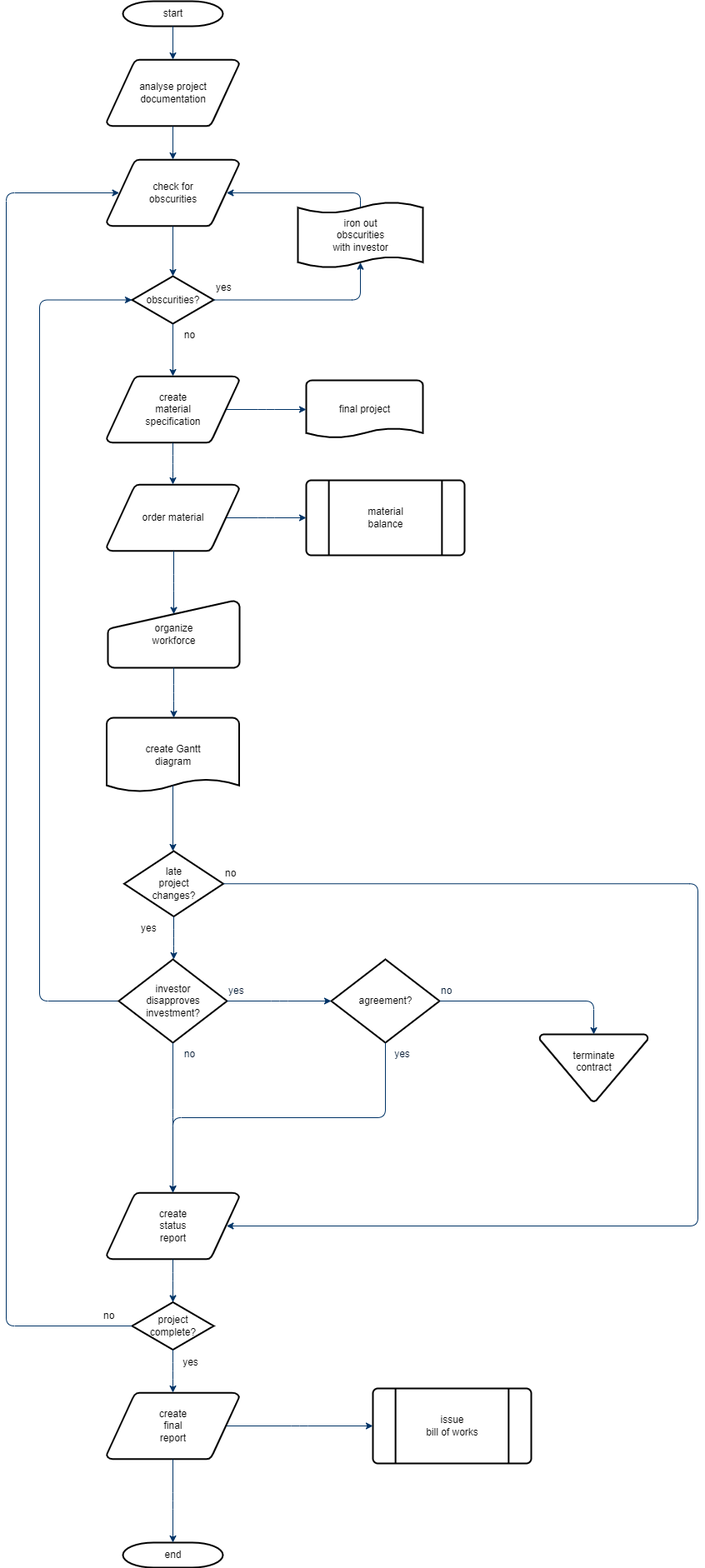
usseez/distortion_correction keeps this draw.io diagram as distortion_correction.drawio.png. Above is the earlier version. Source tidied: cells renumbered, new cells last; positions are measured from the earlier drawing's top-left corner, leaving out a move shared by most shapes.
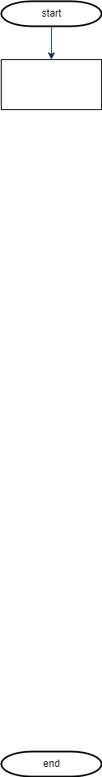
After the change.

Diff of the diagram source:
```diff
@@ -5,188 +5,16 @@
     <mxCell id="2" value="start" style="shape=mxgraph.flowchart.terminator;strokeWidth=2;gradientColor=none;gradientDirection=north;fontStyle=0;html=1;" parent="1" vertex="1">
       <mxGeometry x="140" width="120" height="30" as="geometry" />
     </mxCell>
-    <mxCell id="3" value="analyse project&#10; documentation" style="shape=mxgraph.flowchart.data;strokeWidth=2;gradientColor=none;gradientDirection=north;fontStyle=0;html=1;" parent="1" vertex="1">
-      <mxGeometry x="120.5" y="70" width="159" height="80" as="geometry" />
-    </mxCell>
-    <mxCell id="4" value="create&#10;material&#10;specification" style="shape=mxgraph.flowchart.data;strokeWidth=2;gradientColor=none;gradientDirection=north;fontStyle=0;html=1;" parent="1" vertex="1">
-      <mxGeometry x="120.5" y="450" width="159" height="80" as="geometry" />
-    </mxCell>
-    <mxCell id="5" value="check for&#10;obscurities" style="shape=mxgraph.flowchart.data;strokeWidth=2;gradientColor=none;gradientDirection=north;fontStyle=0;html=1;" parent="1" vertex="1">
-      <mxGeometry x="120.5" y="190" width="159" height="80" as="geometry" />
-    </mxCell>
-    <mxCell id="6" value="obscurities?" style="shape=mxgraph.flowchart.decision;strokeWidth=2;gradientColor=none;gradientDirection=north;fontStyle=0;html=1;" parent="1" vertex="1">
-      <mxGeometry x="151" y="330" width="98" height="57" as="geometry" />
-    </mxCell>
-    <mxCell id="7" style="fontStyle=1;strokeColor=#003366;strokeWidth=1;html=1;" parent="1" edge="1" source="2" target="3">
-      <mxGeometry relative="1" as="geometry" />
+    <mxCell id="7" style="fontStyle=1;strokeColor=#003366;strokeWidth=1;html=1;" parent="1" edge="1" source="2">
+      <mxGeometry relative="1" as="geometry">
+        <mxPoint x="200" y="70" as="targetPoint" />
+      </mxGeometry>
     </mxCell>
-    <mxCell id="8" style="fontStyle=1;strokeColor=#003366;strokeWidth=1;html=1;" parent="1" edge="1" source="3" target="5">
-      <mxGeometry relative="1" as="geometry" />
-    </mxCell>
-    <mxCell id="9" style="entryX=0.5;entryY=0;entryPerimeter=0;fontStyle=1;strokeColor=#003366;strokeWidth=1;html=1;" parent="1" edge="1" source="5" target="6">
-      <mxGeometry relative="1" as="geometry" />
-    </mxCell>
-    <mxCell id="10" style="edgeStyle=elbowEdgeStyle;elbow=horizontal;entryX=0.5;entryY=0.91;entryPerimeter=0;exitX=1;exitY=0.5;exitPerimeter=0;fontStyle=1;strokeColor=#003366;strokeWidth=1;html=1;" parent="1" edge="1" source="6" target="51">
-      <mxGeometry x="381" y="28.5" as="geometry">
-        <Array as="points">
-          <mxPoint x="425" y="340" />
-        </Array>
-      </mxGeometry>
-    </mxCell>
-    <mxCell id="11" value="yes" style="text;fontStyle=0;html=1;strokeColor=none;gradientColor=none;fillColor=none;strokeWidth=2;" parent="1" vertex="1">
-      <mxGeometry x="250" y="330" width="40" height="26" as="geometry" />
-    </mxCell>
-    <mxCell id="12" style="edgeStyle=elbowEdgeStyle;elbow=horizontal;fontColor=#001933;fontStyle=1;strokeColor=#003366;strokeWidth=1;html=1;" parent="1" edge="1" source="6" target="4">
-      <mxGeometry as="geometry" />
-    </mxCell>
-    <mxCell id="13" value="order material" style="shape=mxgraph.flowchart.data;strokeWidth=2;gradientColor=none;gradientDirection=north;fontStyle=0;html=1;" parent="1" vertex="1">
-      <mxGeometry x="120.5" y="580" width="159" height="80" as="geometry" />
-    </mxCell>
-    <mxCell id="14" value="no" style="text;fontStyle=0;html=1;strokeColor=none;gradientColor=none;fillColor=none;strokeWidth=2;align=center;" parent="1" vertex="1">
-      <mxGeometry x="200" y="387" width="40" height="26" as="geometry" />
-    </mxCell>
-    <mxCell id="15" value="final project" style="shape=mxgraph.flowchart.document;strokeWidth=2;gradientColor=none;gradientDirection=north;fontStyle=0;html=1;" parent="1" vertex="1">
-      <mxGeometry x="360" y="455" width="140" height="70" as="geometry" />
-    </mxCell>
-    <mxCell id="16" style="edgeStyle=elbowEdgeStyle;elbow=horizontal;exitX=0.905;exitY=0.5;exitPerimeter=0;fontStyle=1;strokeColor=#003366;strokeWidth=1;html=1;" parent="1" edge="1" source="4" target="15">
-      <mxGeometry as="geometry" />
-    </mxCell>
-    <mxCell id="17" style="edgeStyle=elbowEdgeStyle;elbow=horizontal;fontStyle=1;strokeColor=#003366;strokeWidth=1;html=1;" parent="1" edge="1" source="4" target="13">
-      <mxGeometry as="geometry" />
-    </mxCell>
-    <mxCell id="18" value="material&#10;balance" style="shape=mxgraph.flowchart.predefined_process;strokeWidth=2;gradientColor=none;gradientDirection=north;fontStyle=0;html=1;" parent="1" vertex="1">
-      <mxGeometry x="360" y="575" width="190" height="90" as="geometry" />
-    </mxCell>
-    <mxCell id="19" style="edgeStyle=elbowEdgeStyle;elbow=horizontal;exitX=0.905;exitY=0.5;exitPerimeter=0;fontStyle=1;strokeColor=#003366;strokeWidth=1;html=1;" parent="1" edge="1" source="13" target="18">
-      <mxGeometry as="geometry" />
-    </mxCell>
-    <mxCell id="20" value="organize &#10;workforce" style="shape=mxgraph.flowchart.manual_input;strokeWidth=2;gradientColor=none;gradientDirection=north;fontStyle=0;html=1;" parent="1" vertex="1">
-      <mxGeometry x="122" y="720" width="158" height="80" as="geometry" />
-    </mxCell>
-    <mxCell id="21" style="edgeStyle=elbowEdgeStyle;elbow=horizontal;entryX=0.5;entryY=0.195;entryPerimeter=0;fontStyle=1;strokeColor=#003366;strokeWidth=1;html=1;" parent="1" edge="1" source="13" target="20">
-      <mxGeometry as="geometry" />
-    </mxCell>
-    <mxCell id="22" value="create Gantt&#10;diagram" style="shape=mxgraph.flowchart.document;strokeWidth=2;gradientColor=none;gradientDirection=north;fontStyle=0;html=1;" parent="1" vertex="1">
-      <mxGeometry x="120.5" y="860" width="159" height="90" as="geometry" />
-    </mxCell>
-    <mxCell id="23" style="edgeStyle=elbowEdgeStyle;elbow=horizontal;exitX=0.5;exitY=1;exitPerimeter=0;fontStyle=1;strokeColor=#003366;strokeWidth=1;html=1;" parent="1" edge="1" source="20" target="22">
-      <mxGeometry as="geometry" />
-    </mxCell>
-    <mxCell id="24" value="late&#10;project&#10;changes?" style="shape=mxgraph.flowchart.decision;strokeWidth=2;gradientColor=none;gradientDirection=north;fontStyle=0;html=1;" parent="1" vertex="1">
-      <mxGeometry x="141.5" y="1020" width="119" height="78.5" as="geometry" />
-    </mxCell>
-    <mxCell id="25" style="edgeStyle=elbowEdgeStyle;elbow=horizontal;exitX=0.5;exitY=0.9;exitPerimeter=0;fontStyle=1;strokeColor=#003366;strokeWidth=1;html=1;" parent="1" edge="1" source="22" target="24">
-      <mxGeometry as="geometry" />
-    </mxCell>
-    <mxCell id="26" style="edgeStyle=elbowEdgeStyle;elbow=horizontal;exitX=0;exitY=0.5;exitPerimeter=0;entryX=0;entryY=0.5;entryPerimeter=0;fontStyle=1;strokeColor=#003366;strokeWidth=1;html=1;" parent="1" edge="1" source="28" target="6">
-      <mxGeometry as="geometry">
-        <Array as="points">
-          <mxPoint x="40" y="790" />
-        </Array>
-      </mxGeometry>
-    </mxCell>
-    <mxCell id="27" value="yes" style="text;fontStyle=0;html=1;strokeColor=none;gradientColor=none;fillColor=none;strokeWidth=2;" parent="1" vertex="1">
-      <mxGeometry x="160" y="1098.5" width="40" height="26" as="geometry" />
-    </mxCell>
-    <mxCell id="28" value="investor&#10;disapproves&#10; investment?" style="shape=mxgraph.flowchart.decision;strokeWidth=2;gradientColor=none;gradientDirection=north;fontStyle=0;html=1;" parent="1" vertex="1">
-      <mxGeometry x="135" y="1150" width="130" height="100" as="geometry" />
-    </mxCell>
-    <mxCell id="29" value="agreement?" style="shape=mxgraph.flowchart.decision;strokeWidth=2;gradientColor=none;gradientDirection=north;fontStyle=0;html=1;" parent="1" vertex="1">
-      <mxGeometry x="390" y="1150" width="130" height="100" as="geometry" />
-    </mxCell>
-    <mxCell id="30" style="edgeStyle=elbowEdgeStyle;elbow=horizontal;exitX=0.5;exitY=1;exitPerimeter=0;fontStyle=1;strokeColor=#003366;strokeWidth=1;html=1;" parent="1" edge="1" source="24" target="28">
-      <mxGeometry as="geometry" />
-    </mxCell>
-    <mxCell id="31" style="edgeStyle=elbowEdgeStyle;elbow=horizontal;exitX=1;exitY=0.5;exitPerimeter=0;entryX=0;entryY=0.5;entryPerimeter=0;fontStyle=1;strokeColor=#003366;strokeWidth=1;html=1;" parent="1" edge="1" source="28" target="29">
-      <mxGeometry as="geometry" />
-    </mxCell>
-    <mxCell id="32" value="terminate&#10;contract&#10;" style="shape=mxgraph.flowchart.merge_or_storage;strokeWidth=2;gradientColor=none;gradientDirection=north;fontStyle=0;html=1;" parent="1" vertex="1">
-      <mxGeometry x="640" y="1240" width="130" height="80.5" as="geometry" />
-    </mxCell>
-    <mxCell id="33" style="edgeStyle=elbowEdgeStyle;elbow=vertical;exitX=1;exitY=0.5;exitPerimeter=0;entryX=0.5;entryY=0;entryPerimeter=0;fontStyle=1;strokeColor=#003366;strokeWidth=1;html=1;" parent="1" edge="1" source="29" target="32">
-      <mxGeometry as="geometry">
-        <Array as="points">
-          <mxPoint x="620" y="1200" />
-        </Array>
-      </mxGeometry>
-    </mxCell>
-    <mxCell id="34" value="create&#10;status&#10;report" style="shape=mxgraph.flowchart.data;strokeWidth=2;gradientColor=none;gradientDirection=north;fontStyle=0;html=1;" parent="1" vertex="1">
-      <mxGeometry x="120.5" y="1430" width="159" height="80" as="geometry" />
-    </mxCell>
-    <mxCell id="35" style="edgeStyle=elbowEdgeStyle;elbow=vertical;exitX=0.5;exitY=1;exitPerimeter=0;fontColor=#001933;fontStyle=1;strokeColor=#003366;strokeWidth=1;html=1;" parent="1" edge="1" source="28" target="34">
-      <mxGeometry as="geometry" />
-    </mxCell>
-    <mxCell id="36" style="edgeStyle=elbowEdgeStyle;elbow=vertical;exitX=0.5;exitY=1;exitPerimeter=0;entryX=0.5;entryY=0;entryPerimeter=0;fontStyle=1;strokeColor=#003366;strokeWidth=1;html=1;" parent="1" edge="1" source="29" target="34">
-      <mxGeometry as="geometry" />
-    </mxCell>
-    <mxCell id="37" value="project&#10;complete?" style="shape=mxgraph.flowchart.decision;strokeWidth=2;gradientColor=none;gradientDirection=north;fontStyle=0;html=1;" parent="1" vertex="1">
-      <mxGeometry x="151" y="1561.5" width="98" height="57" as="geometry" />
-    </mxCell>
-    <mxCell id="38" value="create&#10;final&#10;report" style="shape=mxgraph.flowchart.data;strokeWidth=2;gradientColor=none;gradientDirection=north;fontStyle=0;html=1;" parent="1" vertex="1">
-      <mxGeometry x="120.5" y="1670" width="159" height="80" as="geometry" />
-    </mxCell>
-    <mxCell id="39" value="issue&#10;bill of works" style="shape=mxgraph.flowchart.predefined_process;strokeWidth=2;gradientColor=none;gradientDirection=north;fontStyle=0;html=1;" parent="1" vertex="1">
-      <mxGeometry x="440" y="1665" width="190" height="90" as="geometry" />
-    </mxCell>
     <mxCell id="40" value="end" style="shape=mxgraph.flowchart.terminator;strokeWidth=2;gradientColor=none;gradientDirection=north;fontStyle=0;html=1;" parent="1" vertex="1">
-      <mxGeometry x="140" y="1850" width="120" height="30" as="geometry" />
+      <mxGeometry x="140" y="900" width="120" height="30" as="geometry" />
     </mxCell>
-    <mxCell id="41" style="edgeStyle=elbowEdgeStyle;elbow=vertical;exitX=0.5;exitY=1;exitPerimeter=0;entryX=0.5;entryY=0;entryPerimeter=0;fontStyle=1;strokeColor=#003366;strokeWidth=1;html=1;" parent="1" edge="1" source="34" target="37">
-      <mxGeometry as="geometry" />
-    </mxCell>
-    <mxCell id="42" style="edgeStyle=elbowEdgeStyle;elbow=vertical;exitX=0.5;exitY=1;exitPerimeter=0;entryX=0.5;entryY=0;entryPerimeter=0;fontStyle=1;strokeColor=#003366;strokeWidth=1;html=1;" parent="1" edge="1" source="37" target="38">
-      <mxGeometry as="geometry" />
-    </mxCell>
-    <mxCell id="43" style="edgeStyle=elbowEdgeStyle;elbow=vertical;exitX=0.5;exitY=1;exitPerimeter=0;entryX=0.5;entryY=0;entryPerimeter=0;fontStyle=1;strokeColor=#003366;strokeWidth=1;html=1;" parent="1" edge="1" source="38" target="40">
-      <mxGeometry as="geometry" />
-    </mxCell>
-    <mxCell id="44" style="edgeStyle=elbowEdgeStyle;elbow=vertical;exitX=0.905;exitY=0.5;exitPerimeter=0;entryX=0;entryY=0.5;entryPerimeter=0;fontStyle=1;strokeColor=#003366;strokeWidth=1;html=1;" parent="1" edge="1" source="38" target="39">
-      <mxGeometry as="geometry" />
-    </mxCell>
-    <mxCell id="45" style="edgeStyle=elbowEdgeStyle;elbow=horizontal;exitX=1;exitY=0.5;exitPerimeter=0;entryX=0.905;entryY=0.5;entryPerimeter=0;fontStyle=1;strokeColor=#003366;strokeWidth=1;html=1;" parent="1" edge="1" source="24" target="34">
-      <mxGeometry as="geometry">
-        <Array as="points">
-          <mxPoint x="830" y="1260" />
-        </Array>
-      </mxGeometry>
-    </mxCell>
-    <mxCell id="46" value="no" style="text;fontStyle=0;html=1;strokeColor=none;gradientColor=none;fillColor=none;strokeWidth=2;" parent="1" vertex="1">
-      <mxGeometry x="260.5" y="1033.2" width="40" height="26" as="geometry" />
-    </mxCell>
-    <mxCell id="47" value="yes" style="text;fontColor=#001933;fontStyle=0;html=1;strokeColor=none;gradientColor=none;fillColor=none;strokeWidth=2;" parent="1" vertex="1">
-      <mxGeometry x="265" y="1174" width="40" height="26" as="geometry" />
-    </mxCell>
-    <mxCell id="48" value="no" style="text;fontColor=#001933;fontStyle=0;html=1;strokeColor=none;gradientColor=none;fillColor=none;strokeWidth=2;align=center;" parent="1" vertex="1">
-      <mxGeometry x="200" y="1250" width="40" height="26" as="geometry" />
-    </mxCell>
-    <mxCell id="49" value="yes" style="text;fontColor=#001933;fontStyle=0;html=1;strokeColor=none;gradientColor=none;fillColor=none;strokeWidth=2;align=center;" parent="1" vertex="1">
-      <mxGeometry x="455" y="1250" width="40" height="26" as="geometry" />
-    </mxCell>
-    <mxCell id="50" value="no" style="text;fontColor=#001933;fontStyle=0;html=1;strokeColor=none;gradientColor=none;fillColor=none;strokeWidth=2;" parent="1" vertex="1">
-      <mxGeometry x="520" y="1174" width="40" height="26" as="geometry" />
-    </mxCell>
-    <mxCell id="51" value="iron out&#10;obscurities &#10;with investor" style="shape=mxgraph.flowchart.paper_tape;strokeWidth=2;gradientColor=none;gradientDirection=north;fontStyle=0;html=1;" parent="1" vertex="1">
-      <mxGeometry x="350" y="240" width="150" height="81" as="geometry" />
-    </mxCell>
-    <mxCell id="52" style="edgeStyle=elbowEdgeStyle;elbow=horizontal;exitX=0.5;exitY=0.09;exitPerimeter=0;entryX=0.905;entryY=0.5;entryPerimeter=0;fontStyle=1;strokeColor=#003366;strokeWidth=1;html=1;" parent="1" edge="1" source="51" target="5">
-      <mxGeometry as="geometry">
-        <Array as="points">
-          <mxPoint x="425" y="240" />
-        </Array>
-      </mxGeometry>
-    </mxCell>
-    <mxCell id="53" value="yes" style="text;fontStyle=0;html=1;strokeColor=none;gradientColor=none;fillColor=none;strokeWidth=2;align=center;" parent="1" vertex="1">
-      <mxGeometry x="201" y="1620" width="40" height="26" as="geometry" />
-    </mxCell>
-    <mxCell id="54" style="edgeStyle=elbowEdgeStyle;elbow=horizontal;exitX=0;exitY=0.5;exitPerimeter=0;entryX=0.095;entryY=0.5;entryPerimeter=0;fontStyle=1;strokeColor=#003366;strokeWidth=1;html=1;" parent="1" edge="1" source="37" target="5">
-      <mxGeometry as="geometry">
-        <Array as="points">
-          <mxPoint y="910" />
-        </Array>
-      </mxGeometry>
-    </mxCell>
-    <mxCell id="55" value="no" style="text;fontStyle=0;html=1;strokeColor=none;gradientColor=none;fillColor=none;strokeWidth=2;" parent="1" vertex="1">
-      <mxGeometry x="115" y="1564" width="40" height="26" as="geometry" />
-    </mxCell>
+    <mxCell id="56" style="rounded=0;whiteSpace=wrap;html=1;" parent="1" vertex="1">
+      <mxGeometry x="140" y="70" width="120" height="60" as="geometry" />
+    </mxCell>
   </root>
 </mxGraphModel>
```
